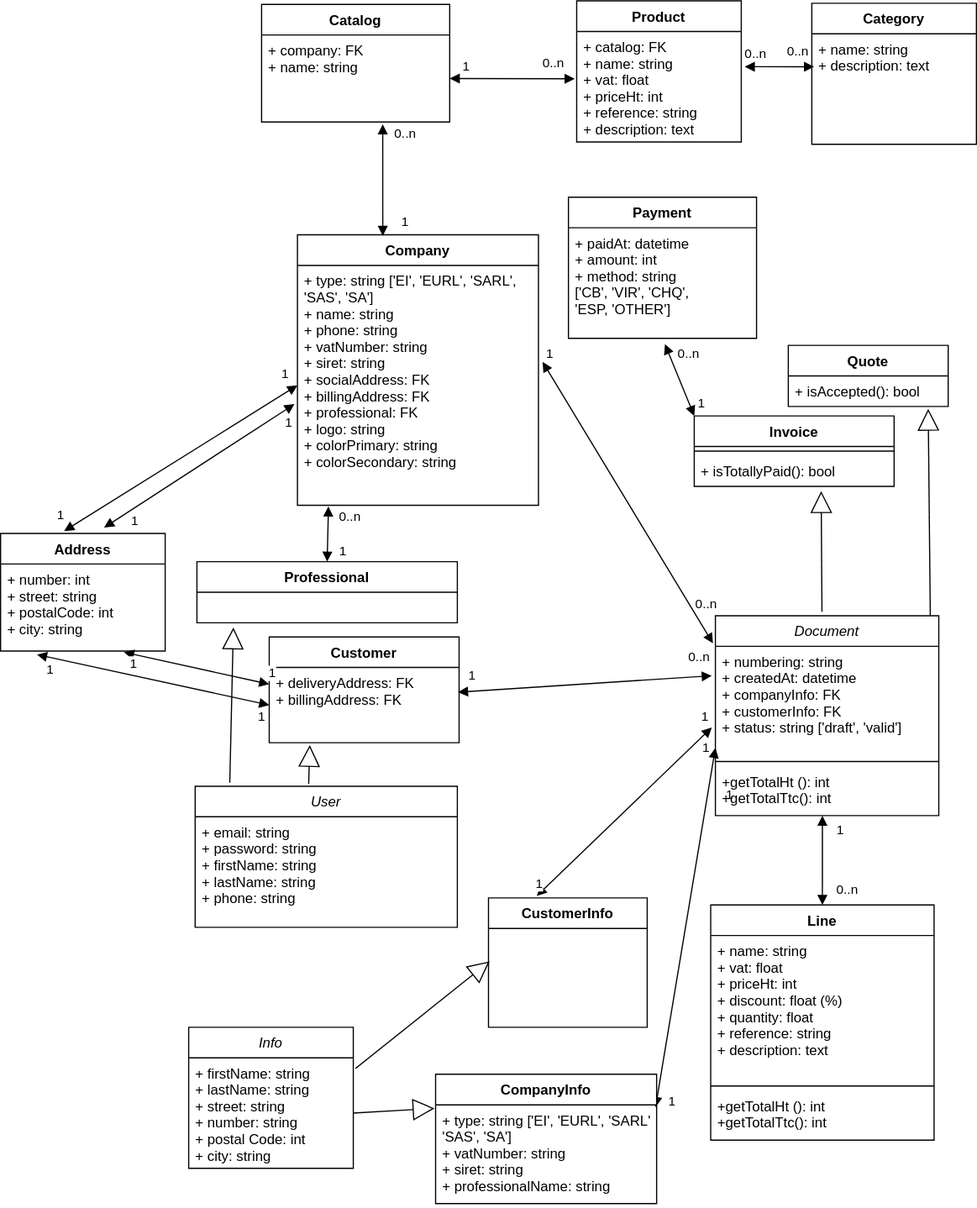
cedric816/symfacture keeps this draw.io diagram as documentation/uml-class-diagram.drawio.svg. Above is the earlier version. Source tidied: cells renumbered, new cells last; positions are measured from the earlier drawing's top-left corner, leaving out a move shared by most shapes.
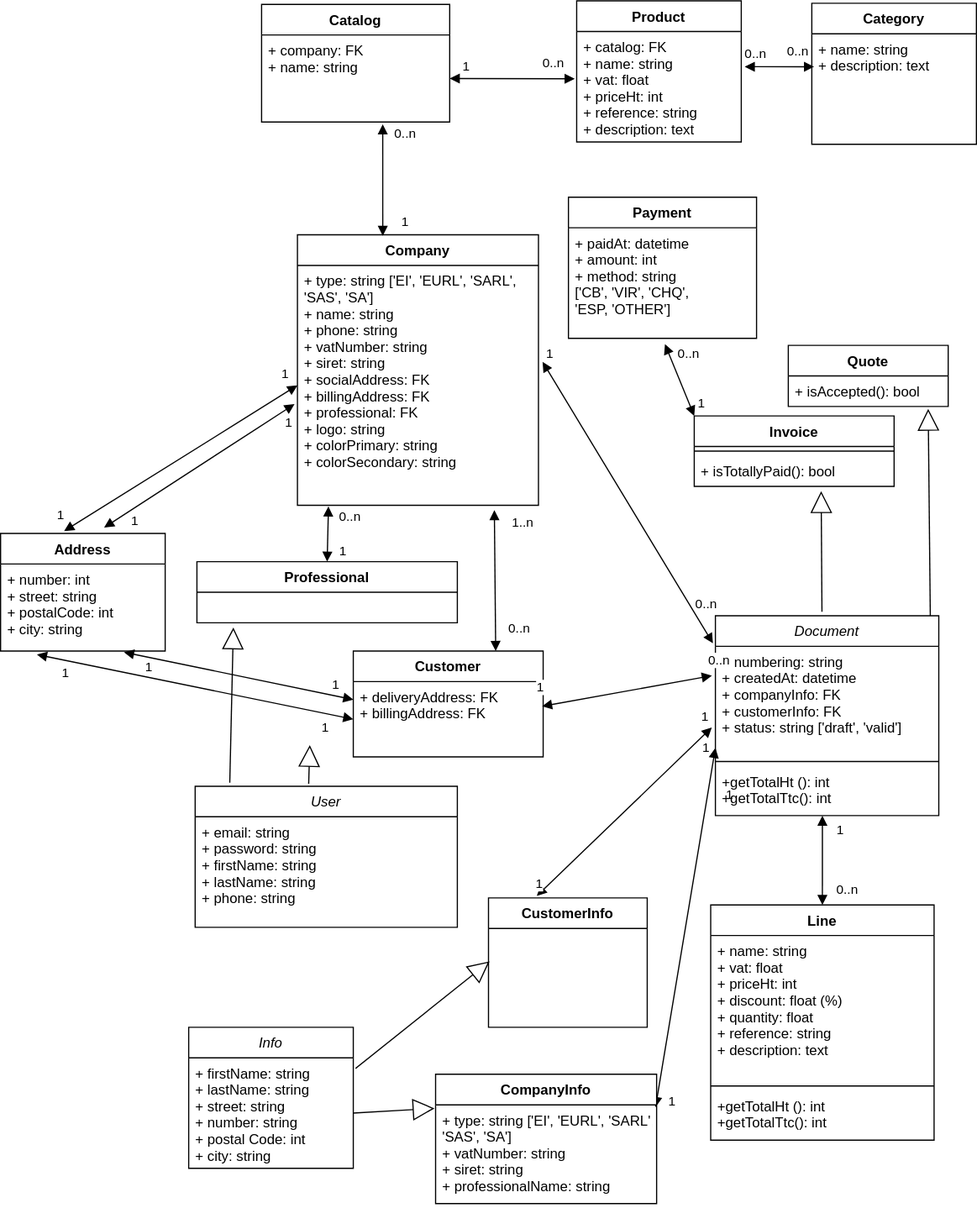
The same file after the commit.

Change to the diagram source:
```diff
@@ -30,7 +30,7 @@
       <mxGeometry x="167" y="477" width="221.5" height="52" as="geometry" />
     </mxCell>
     <mxCell id="11" value="Customer" style="swimlane;fontStyle=1;align=center;verticalAlign=top;horizontal=1;startSize=26;" parent="1" vertex="1">
-      <mxGeometry x="228.5" y="541" width="161.5" height="90" as="geometry" />
+      <mxGeometry x="300" y="553" width="161.5" height="90" as="geometry" />
     </mxCell>
     <mxCell id="12" value="+ deliveryAddress: FK&#10;+ billingAddress: FK" style="text;strokeColor=none;fillColor=none;align=left;verticalAlign=top;spacingLeft=4;spacingRight=4;overflow=hidden;points=[[0,0.5],[1,0.5]];portConstraint=eastwest;" parent="11" vertex="1">
       <mxGeometry y="26" width="161.5" height="64" as="geometry" />
@@ -324,5 +324,18 @@
         <mxPoint x="41" y="-21" as="offset" />
       </mxGeometry>
     </mxCell>
+    <mxCell id="86" style="endArrow=block;startArrow=block;endFill=1;startFill=1;html=1;exitX=0.817;exitY=1.02;exitDx=0;exitDy=0;exitPerimeter=0;entryX=0.75;entryY=0;entryDx=0;entryDy=0;" parent="1" edge="1" source="9" target="11">
+      <mxGeometry relative="1" as="geometry" />
+    </mxCell>
+    <mxCell id="87" value="0..n" style="edgeLabel;html=1;align=center;verticalAlign=middle;" parent="86" vertex="1">
+      <mxGeometry x="-0.63" y="-1" relative="1" as="geometry">
+        <mxPoint x="21" y="78" as="offset" />
+      </mxGeometry>
+    </mxCell>
+    <mxCell id="88" value="1..n" style="edgeLabel;html=1;align=center;verticalAlign=middle;" parent="1" vertex="1">
+      <mxGeometry x="430" y="473" as="geometry">
+        <mxPoint x="13" y="-29" as="offset" />
+      </mxGeometry>
+    </mxCell>
   </root>
 </mxGraphModel>
```
